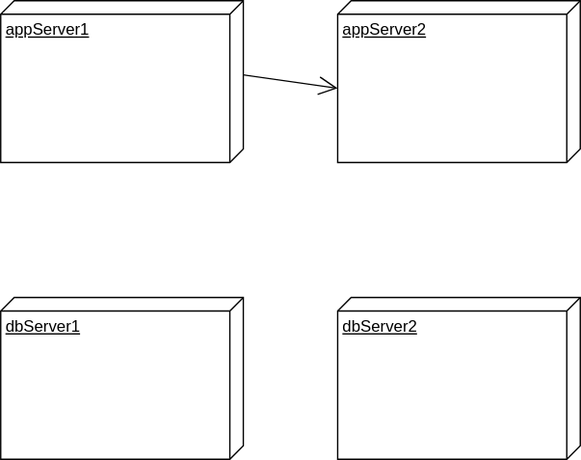
Above: DeployDiagram.svg in LordOfPhys/project_x (draw.io), before the change. Source tidied: cells renumbered, new cells last; positions are measured from the earlier drawing's top-left corner, leaving out a move shared by most shapes.
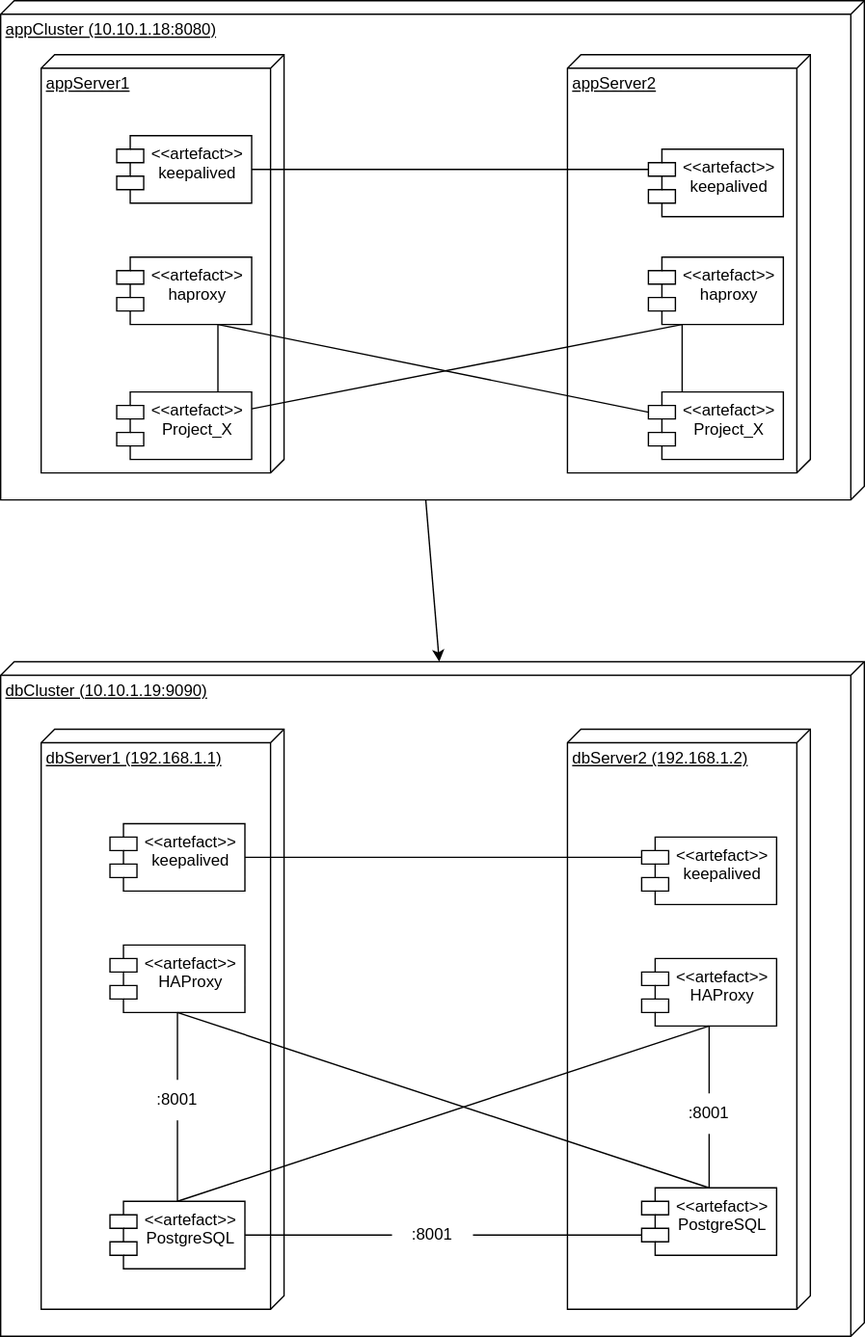
After the change.

Change to the diagram source:
```diff
@@ -2,20 +2,113 @@
   <root>
     <mxCell id="0" />
     <mxCell id="1" parent="0" />
+    <mxCell id="7" value="dbCluster (10.10.1.19:9090)" style="verticalAlign=top;align=left;spacingTop=8;spacingLeft=2;spacingRight=12;shape=cube;size=10;direction=south;fontStyle=4;html=1;" parent="1" vertex="1">
+      <mxGeometry x="-190" y="360" width="640" height="500" as="geometry" />
+    </mxCell>
-    <mxCell id="2" value="appServer1" style="verticalAlign=top;align=left;spacingTop=8;spacingLeft=2;spacingRight=12;shape=cube;size=10;direction=south;fontStyle=4;html=1;" parent="1" vertex="1">
-      <mxGeometry width="180" height="120" as="geometry" />
+    <mxCell id="2" value="appCluster (10.10.1.18:8080)" style="verticalAlign=top;align=left;spacingTop=8;spacingLeft=2;spacingRight=12;shape=cube;size=10;direction=south;fontStyle=4;html=1;" parent="1" vertex="1">
+      <mxGeometry x="-190" y="-130" width="640" height="370" as="geometry" />
     </mxCell>
     <mxCell id="3" value="appServer2" style="verticalAlign=top;align=left;spacingTop=8;spacingLeft=2;spacingRight=12;shape=cube;size=10;direction=south;fontStyle=4;html=1;" parent="1" vertex="1">
-      <mxGeometry x="250" width="180" height="120" as="geometry" />
+      <mxGeometry x="230" y="-90" width="180" height="310" as="geometry" />
     </mxCell>
-    <mxCell id="4" value="dbServer1" style="verticalAlign=top;align=left;spacingTop=8;spacingLeft=2;spacingRight=12;shape=cube;size=10;direction=south;fontStyle=4;html=1;" parent="1" vertex="1">
-      <mxGeometry y="220" width="180" height="120" as="geometry" />
+    <mxCell id="4" value="dbServer1 (192.168.1.1)" style="verticalAlign=top;align=left;spacingTop=8;spacingLeft=2;spacingRight=12;shape=cube;size=10;direction=south;fontStyle=4;html=1;" parent="1" vertex="1">
+      <mxGeometry x="-160" y="410" width="180" height="430" as="geometry" />
     </mxCell>
-    <mxCell id="5" value="dbServer2" style="verticalAlign=top;align=left;spacingTop=8;spacingLeft=2;spacingRight=12;shape=cube;size=10;direction=south;fontStyle=4;html=1;" parent="1" vertex="1">
-      <mxGeometry x="250" y="220" width="180" height="120" as="geometry" />
+    <mxCell id="5" value="dbServer2 (192.168.1.2)" style="verticalAlign=top;align=left;spacingTop=8;spacingLeft=2;spacingRight=12;shape=cube;size=10;direction=south;fontStyle=4;html=1;" parent="1" vertex="1">
+      <mxGeometry x="230" y="410" width="180" height="430" as="geometry" />
     </mxCell>
-    <mxCell id="6" style="endArrow=open;endFill=1;endSize=12;html=1;rounded=0;exitX=0;exitY=0;exitDx=55;exitDy=0;exitPerimeter=0;entryX=0;entryY=0;entryDx=65;entryDy=180;entryPerimeter=0;" parent="1" edge="1" source="2" target="3">
-      <mxGeometry relative="1" as="geometry" />
-    </mxCell>
+    <mxCell id="8" value="appServer1" style="verticalAlign=top;align=left;spacingTop=8;spacingLeft=2;spacingRight=12;shape=cube;size=10;direction=south;fontStyle=4;html=1;" parent="1" vertex="1">
+      <mxGeometry x="-160" y="-90" width="180" height="310" as="geometry" />
+    </mxCell>
+    <mxCell id="9" value="&lt;&lt;artefact&gt;&gt;&#10;Project_X" style="shape=module;align=right;spacingLeft=20;align=center;verticalAlign=top;" parent="1" vertex="1">
+      <mxGeometry x="-104" y="160" width="100" height="50" as="geometry" />
+    </mxCell>
+    <mxCell id="10" value="&lt;&lt;artefact&gt;&gt;&#10;Project_X" style="shape=module;align=left;spacingLeft=20;align=center;verticalAlign=top;" parent="1" vertex="1">
+      <mxGeometry x="290" y="160" width="100" height="50" as="geometry" />
+    </mxCell>
+    <mxCell id="11" value="&lt;&lt;artefact&gt;&gt;&#10;haproxy" style="shape=module;align=right;spacingLeft=20;align=center;verticalAlign=top;" parent="1" vertex="1">
+      <mxGeometry x="-104" y="60" width="100" height="50" as="geometry" />
+    </mxCell>
+    <mxCell id="12" value="&lt;&lt;artefact&gt;&gt;&#10;haproxy" style="shape=module;align=right;spacingLeft=20;align=center;verticalAlign=top;" parent="1" vertex="1">
+      <mxGeometry x="290" y="60" width="100" height="50" as="geometry" />
+    </mxCell>
+    <mxCell id="13" style="endArrow=none;html=1;rounded=0;entryX=0.5;entryY=1;entryDx=0;entryDy=0;exitX=0.5;exitY=0;exitDx=0;exitDy=0;startArrow=none;" parent="1" edge="1" source="22" target="17">
+      <mxGeometry relative="1" as="geometry" />
+    </mxCell>
+    <mxCell id="14" value="&lt;&lt;artefact&gt;&gt;&#10;PostgreSQL" style="shape=module;align=right;spacingLeft=20;align=center;verticalAlign=top;" parent="1" vertex="1">
+      <mxGeometry x="-109" y="760" width="100" height="50" as="geometry" />
+    </mxCell>
+    <mxCell id="15" value="&lt;&lt;artefact&gt;&gt;&#10;PostgreSQL" style="shape=module;align=right;spacingLeft=20;align=center;verticalAlign=top;" parent="1" vertex="1">
+      <mxGeometry x="285" y="750" width="100" height="50" as="geometry" />
+    </mxCell>
+    <mxCell id="16" value="&lt;&lt;artefact&gt;&gt;&#10;HAProxy" style="shape=module;align=right;spacingLeft=20;align=center;verticalAlign=top;" parent="1" vertex="1">
+      <mxGeometry x="-109" y="570" width="100" height="50" as="geometry" />
+    </mxCell>
+    <mxCell id="17" value="&lt;&lt;artefact&gt;&gt;&#10;HAProxy" style="shape=module;align=right;spacingLeft=20;align=center;verticalAlign=top;" parent="1" vertex="1">
+      <mxGeometry x="285" y="580" width="100" height="50" as="geometry" />
+    </mxCell>
+    <mxCell id="18" style="endArrow=none;html=1;rounded=0;entryX=0.5;entryY=1;entryDx=0;entryDy=0;exitX=0.5;exitY=0;exitDx=0;exitDy=0;startArrow=none;" parent="1" edge="1" source="24" target="16">
+      <mxGeometry relative="1" as="geometry" />
+    </mxCell>
+    <mxCell id="19" style="endArrow=none;html=1;rounded=0;entryX=1;entryY=0.5;entryDx=0;entryDy=0;exitX=0;exitY=0.5;exitDx=0;exitDy=0;startArrow=none;" parent="1" edge="1" source="29" target="14">
+      <mxGeometry relative="1" as="geometry" />
+    </mxCell>
+    <mxCell id="20" style="endArrow=none;html=1;rounded=0;entryX=0.5;entryY=1;entryDx=0;entryDy=0;exitX=0.5;exitY=0;exitDx=0;exitDy=0;" parent="1" edge="1" source="15" target="16">
+      <mxGeometry relative="1" as="geometry" />
+    </mxCell>
+    <mxCell id="21" style="endArrow=none;html=1;rounded=0;entryX=0.5;entryY=1;entryDx=0;entryDy=0;exitX=0.5;exitY=0;exitDx=0;exitDy=0;" parent="1" edge="1" source="14" target="17">
+      <mxGeometry relative="1" as="geometry" />
+    </mxCell>
+    <mxCell id="22" value=":8001" style="text;html=1;strokeColor=none;fillColor=none;align=center;verticalAlign=middle;whiteSpace=wrap;rounded=0;" parent="1" vertex="1">
+      <mxGeometry x="305" y="680" width="60" height="30" as="geometry" />
+    </mxCell>
+    <mxCell id="23" style="endArrow=none;html=1;rounded=0;entryX=0.5;entryY=1;entryDx=0;entryDy=0;exitX=0.5;exitY=0;exitDx=0;exitDy=0;" parent="1" edge="1" source="15" target="22">
+      <mxGeometry relative="1" as="geometry" />
+    </mxCell>
+    <mxCell id="24" value=":8001" style="text;html=1;strokeColor=none;fillColor=none;align=center;verticalAlign=middle;whiteSpace=wrap;rounded=0;" parent="1" vertex="1">
+      <mxGeometry x="-89" y="670" width="60" height="30" as="geometry" />
+    </mxCell>
+    <mxCell id="25" style="endArrow=none;html=1;rounded=0;entryX=0.5;entryY=1;entryDx=0;entryDy=0;exitX=0.5;exitY=0;exitDx=0;exitDy=0;" parent="1" edge="1" source="14" target="24">
+      <mxGeometry relative="1" as="geometry" />
+    </mxCell>
+    <mxCell id="26" value="&lt;&lt;artefact&gt;&gt;&#10;keepalived" style="shape=module;align=right;spacingLeft=20;align=center;verticalAlign=top;" parent="1" vertex="1">
+      <mxGeometry x="-109" y="480" width="100" height="50" as="geometry" />
+    </mxCell>
+    <mxCell id="27" value="&lt;&lt;artefact&gt;&gt;&#10;keepalived" style="shape=module;align=right;spacingLeft=20;align=center;verticalAlign=top;" parent="1" vertex="1">
+      <mxGeometry x="285" y="490" width="100" height="50" as="geometry" />
+    </mxCell>
+    <mxCell id="28" style="endArrow=none;html=1;rounded=0;entryX=1;entryY=0.5;entryDx=0;entryDy=0;exitX=0;exitY=0;exitDx=0;exitDy=15;exitPerimeter=0;" parent="1" edge="1" source="27" target="26">
+      <mxGeometry relative="1" as="geometry" />
+    </mxCell>
+    <mxCell id="29" value=":8001" style="text;html=1;strokeColor=none;fillColor=none;align=center;verticalAlign=middle;whiteSpace=wrap;rounded=0;" parent="1" vertex="1">
+      <mxGeometry x="100" y="770" width="60" height="30" as="geometry" />
+    </mxCell>
+    <mxCell id="30" style="endArrow=none;html=1;rounded=0;entryX=1;entryY=0.5;entryDx=0;entryDy=0;exitX=0;exitY=0;exitDx=0;exitDy=35;exitPerimeter=0;" parent="1" edge="1" source="15" target="29">
+      <mxGeometry relative="1" as="geometry" />
+    </mxCell>
+    <mxCell id="31" value="&lt;&lt;artefact&gt;&gt;&#10;keepalived" style="shape=module;align=right;spacingLeft=20;align=center;verticalAlign=top;" parent="1" vertex="1">
+      <mxGeometry x="-104" y="-30" width="100" height="50" as="geometry" />
+    </mxCell>
+    <mxCell id="32" style="endArrow=none;html=1;rounded=0;entryX=1;entryY=0.5;entryDx=0;entryDy=0;exitX=0;exitY=0;exitDx=0;exitDy=15;exitPerimeter=0;" parent="1" edge="1" source="33" target="31">
+      <mxGeometry relative="1" as="geometry" />
+    </mxCell>
+    <mxCell id="33" value="&lt;&lt;artefact&gt;&gt;&#10;keepalived" style="shape=module;align=right;spacingLeft=20;align=center;verticalAlign=top;" parent="1" vertex="1">
+      <mxGeometry x="290" y="-20" width="100" height="50" as="geometry" />
+    </mxCell>
+    <mxCell id="34" style="endArrow=none;html=1;rounded=0;entryX=0.75;entryY=1;entryDx=0;entryDy=0;exitX=0;exitY=0;exitDx=0;exitDy=15;exitPerimeter=0;" parent="1" edge="1" source="10" target="11">
+      <mxGeometry relative="1" as="geometry" />
+    </mxCell>
+    <mxCell id="35" style="endArrow=none;html=1;rounded=0;entryX=0.75;entryY=1;entryDx=0;entryDy=0;exitX=0.75;exitY=0;exitDx=0;exitDy=0;" parent="1" edge="1" source="9" target="11">
+      <mxGeometry relative="1" as="geometry" />
+    </mxCell>
+    <mxCell id="36" style="endArrow=none;html=1;rounded=0;exitX=0.25;exitY=1;exitDx=0;exitDy=0;entryX=1;entryY=0.25;entryDx=0;entryDy=0;" parent="1" edge="1" source="12" target="9">
+      <mxGeometry relative="1" as="geometry" />
+    </mxCell>
+    <mxCell id="37" style="endArrow=none;html=1;rounded=0;entryX=0.25;entryY=0;entryDx=0;entryDy=0;exitX=0.25;exitY=1;exitDx=0;exitDy=0;" parent="1" edge="1" source="12" target="10">
+      <mxGeometry relative="1" as="geometry" />
+    </mxCell>
+    <mxCell id="38" style="endArrow=classic;html=1;rounded=0;entryX=0;entryY=0;entryDx=0;entryDy=315;entryPerimeter=0;exitX=0;exitY=0;exitDx=370;exitDy=325;exitPerimeter=0;" parent="1" edge="1" source="2" target="7">
+      <mxGeometry relative="1" as="geometry" />
+    </mxCell>
   </root>
 </mxGraphModel>
```
